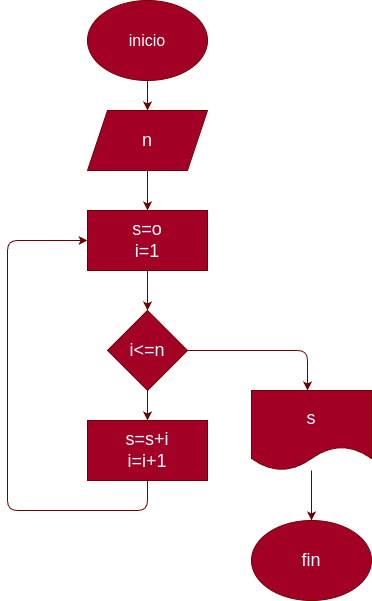
Before: diagrama.png, a diagram exported from draw.io (rickfre22/quiz_1). Source tidied: cells renumbered, new cells last; positions are measured from the earlier drawing's top-left corner, leaving out a move shared by most shapes.
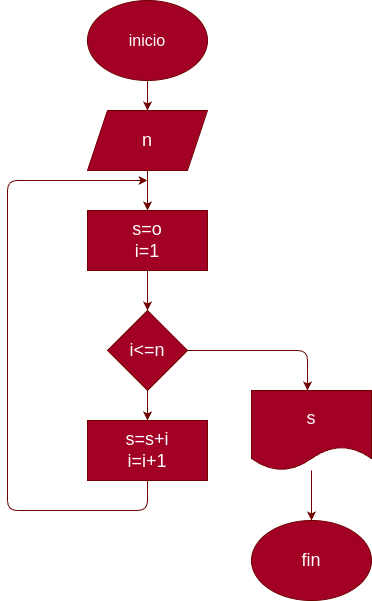
After the commit.

What changed in the source:
```diff
@@ -38,12 +38,13 @@
     <mxCell id="10" value="i&amp;lt;=n" style="rhombus;whiteSpace=wrap;html=1;fontSize=18;fillColor=#a20025;fontColor=#ffffff;strokeColor=#6F0000;" parent="1" vertex="1">
       <mxGeometry x="100" y="310" width="80" height="80" as="geometry" />
     </mxCell>
-    <mxCell id="11" style="edgeStyle=none;html=1;fontSize=18;entryX=0;entryY=0.5;entryDx=0;entryDy=0;fillColor=#a20025;strokeColor=#6F0000;" parent="1" edge="1" source="12" target="7">
+    <mxCell id="11" style="edgeStyle=none;html=1;fontSize=18;fillColor=#a20025;strokeColor=#6F0000;" parent="1" edge="1" source="12">
       <mxGeometry relative="1" as="geometry">
+        <mxPoint x="140" y="180" as="targetPoint" />
         <Array as="points">
           <mxPoint x="140" y="510" />
           <mxPoint y="510" />
-          <mxPoint y="240" />
+          <mxPoint y="180" />
         </Array>
       </mxGeometry>
     </mxCell>
```
